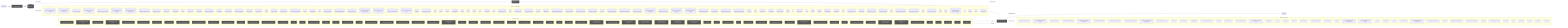
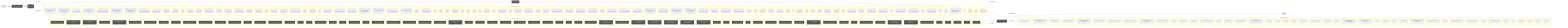
flowchart LR
  UserQ(["👤 User Query"])
  Embed["📐 Embedding Model"]
  VecDB[("📚 Vector Store")]
  Retriever["🔍 Retriever"]
  LLMNode["🧠 LLM / Generator"]
  Output(["✅ Response"])
  UserQ -->|query| Embed
  Embed -->|vector| VecDB
  VecDB -->|top-k chunks| Retriever
  Retriever -->|context + query| LLMNode
  LLMNode -->|generated answer| Output
  subgraph DetectedMemory["Detected memory stores"]
    det_detectedmemory_check_steering_feedback_contract_80134459[("check-steering-feedback-contract")]
    det_detectedmemory_normalize_workflow_contracts_8701f1c8[("normalize-workflow-contracts")]
    det_detectedmemory_sync_codex_preflight_7e7a8dc2[("sync-codex-preflight")]
    det_detectedmemory_test_harness_upgrade_matrix_84113c4e[("test-harness-upgrade-matrix")]
    det_detectedmemory_validate_prompt_context_drift_8c949ef6[("validate-prompt-context-drift")]
    det_detectedmemory_validate_runtime_packet_schemas_bc3ba8ec[("validate-runtime-packet-schemas")]
    det_detectedmemory_validate_system_prompt_gap_adoption_62d8c955[("validate-system-prompt-gap-adoption")]
    det_detectedmemory_validate_workflow_contracts_33dc063c[("validate-workflow-contracts")]
    det_detectedmemory_branch_protect_core_a8feb0fd[("branch-protect-core")]
    det_detectedmemory_ci_migrate_core_7005b5af[("ci-migrate-core")]
    det_detectedmemory_context_health_80bb7da9[("context-health")]
    det_detectedmemory_context_ea7792a2[("context")]
    det_detectedmemory_docs_gate_core_eb9b6c18[("docs-gate-core")]
    det_detectedmemory_index_context_de3ed39d[("index-context")]
    det_detectedmemory_local_memory_preflight_dcc36c42[("local-memory-preflight")]
    det_detectedmemory_memory_gate_a577a506[("memory-gate")]
    det_detectedmemory_next_runner_state_be6fe997[("next-runner-state")]
    det_detectedmemory_pattern_scope_siblings_43abe000[("pattern-scope-siblings")]
    det_detectedmemory_review_context_ca6cf81d[("review-context")]
    det_detectedmemory_review_gate_core_4c8001f9[("review-gate-core")]
    det_detectedmemory_search_24193290[("search")]
    det_detectedmemory_session_context_e5ec72c0[("session-context")]
    det_detectedmemory_tooling_audit_core_328d6a41[("tooling-audit-core")]
    det_detectedmemory_run_local_memory_preflight_36e92808[("run-local-memory-preflight")]
    det_detectedmemory_checker_d2d2328e[("checker")]
    det_detectedmemory_context_health_1_ceb11829[("context-health")]
    det_detectedmemory_types_2_d9bc6e7a[("types")]
    det_detectedmemory_branch_protect_sync_570adb18[("branch-protect-sync")]
    det_detectedmemory_command_capability_rules_ca3f496a[("command-capability-rules")]
    det_detectedmemory_command_specs_core_1c0ffc99[("command-specs-core")]
    det_detectedmemory_local_memory_preflight_command_spec_9e23f3ce[("local-memory-preflight-command-spec")]
    det_detectedmemory_memory_gate_command_spec_dc9001a9[("memory-gate-command-spec")]
    det_detectedmemory_review_gate_command_spec_3187376a[("review-gate-command-spec")]
    det_detectedmemory_session_context_command_spec_973afbb1[("session-context-command-spec")]
    det_detectedmemory_constants_7517017f[("constants")]
    det_detectedmemory_context_compact_policy_3dcaf95d[("context-compact-policy")]
    det_detectedmemory_index_3_7e40d474[("index")]
    det_detectedmemory_indexer_70fa78e5[("indexer")]
    det_detectedmemory_init_error_5c7dd49f[("init-error")]
    det_detectedmemory_lexical_fallback_723e2b3e[("lexical-fallback")]
    det_detectedmemory_ollama_76e3c7bf[("ollama")]
    det_detectedmemory_rollout_a4fa034c[("rollout")]
    det_detectedmemory_sources_878a52fc[("sources")]
    det_detectedmemory_store_824d80d7[("store")]
    det_detectedmemory_sync_contract_c79fa191[("sync-contract")]
    det_detectedmemory_types_8_f6283648[("types")]
    det_detectedmemory_harness_run_context_ac7c77a9[("harness-run-context")]
    det_detectedmemory_index_4_013aa0e3[("index")]
    det_detectedmemory_json_schema_core_96d7e328[("json-schema-core")]
    det_detectedmemory_policy_validators_core_714a3fe7[("policy-validators-core")]
    det_detectedmemory_types_core_e405ddca[("types-core")]
    det_detectedmemory_validator_core_4358f8ba[("validator-core")]
    det_detectedmemory_archive_candidates_scanner_d0931789[("archive-candidates-scanner")]
    det_detectedmemory_archive_candidates_dc0e40e1[("archive-candidates")]
    det_detectedmemory_docs_task_eval_contract_79347457[("docs-task-eval-contract")]
    det_detectedmemory_docs_task_eval_fixtures_44902755[("docs-task-eval-fixtures")]
    det_detectedmemory_init_modes_c05ceb07[("init-modes")]
    det_detectedmemory_project_brain_templates_7ef51530[("project-brain-templates")]
    det_detectedmemory_scaffold_diagram_templates_dd88e83c[("scaffold-diagram-templates")]
    det_detectedmemory_scaffold_doc_templates_f6152330[("scaffold-doc-templates")]
    det_detectedmemory_scaffold_environment_templates_c1ceba6a[("scaffold-environment-templates")]
    det_detectedmemory_scaffold_hook_templates_8c74ab50[("scaffold-hook-templates")]
    det_detectedmemory_scaffold_root_command_templates_404fed7f[("scaffold-root-command-templates")]
    det_detectedmemory_scaffold_script_template_registry_69312d4e[("scaffold-script-template-registry")]
    det_detectedmemory_scaffold_shell_templates_0ad0f915[("scaffold-shell-templates")]
    det_detectedmemory_scaffold_surfaces_12d6494e[("scaffold-surfaces")]
    det_detectedmemory_scaffold_template_registry_b1cce2aa[("scaffold-template-registry")]
    det_detectedmemory_scaffold_workflow_template_92310587[("scaffold-workflow-template")]
    det_detectedmemory_eval_seed_5699fd3e[("eval-seed")]
    det_detectedmemory_index_10_f6785a46[("index")]
    det_detectedmemory_review_context_1_e3afed15[("review-context")]
    det_detectedmemory_memory_gate_1_265164ac[("memory-gate")]
    det_detectedmemory_branch_enforcer_acb749cd[("branch-enforcer")]
    det_detectedmemory_cli_args_5_09ea29f0[("cli-args")]
    det_detectedmemory_cli_7_dc4a9f7f[("cli")]
    det_detectedmemory_metrics_tracker_98cec29c[("metrics-tracker")]
    det_detectedmemory_types_19_eb4ad5f0[("types")]
    det_detectedmemory_validator_5_b19ac2be[("validator")]
    det_detectedmemory_classifier_fe1991a9[("classifier")]
    det_detectedmemory_tooling_baseline_50ab2eeb[("tooling-baseline")]
    det_detectedmemory_claim_helpers_20dc8387[("claim-helpers")]
    det_detectedmemory_types_24_c63dc1a7[("types")]
    det_detectedmemory_local_memory_smoke_1175abfc[("local-memory-smoke")]
    det_detectedmemory_local_memory_0db17ecc[("local-memory")]
    det_detectedmemory_performance_overload_c685bfcf[("performance-overload")]
    det_detectedmemory_suggestion_generator_0956f794[("suggestion-generator")]
    det_detectedmemory_index_12_762ec91b[("index")]
    det_detectedmemory_prompt_context_drift_report_3257a95c[("prompt-context-drift-report")]
    det_detectedmemory_prompt_context_drift_types_ba6863d4[("prompt-context-drift-types")]
    det_detectedmemory_index_13_97df39c8[("index")]
    det_detectedmemory_prompt_context_receipt_17b862b2[("prompt-context-receipt")]
    det_detectedmemory_types_31_eb363e20[("types")]
    det_detectedmemory_policy_1_fc4198db[("policy")]
    det_detectedmemory_runtime_card_codex_runtime_validation_d8ce9934[("runtime-card-codex-runtime-validation")]
    det_detectedmemory_cli_12_01c06c37[("cli")]
    det_detectedmemory_collector_0736fd5b[("collector")]
    det_detectedmemory_types_34_85e6a0bb[("types")]
    det_detectedmemory_overload_guard_2748c559[("overload-guard")]
  end
  VecDB -. "implemented by" .-> DetectedMemory
  subgraph DetectedLLM["Detected LLM clients"]
    det_detectedllm_check_codex_agent_roles_5bb2e89b["check-codex-agent-roles"]
    det_detectedllm_check_steering_feedback_contract_80134459["check-steering-feedback-contract"]
    det_detectedllm_run_harness_evals_77704768["run-harness-evals"]
    det_detectedllm_validate_decision_request_2e5c325e["validate-decision-request"]
    det_detectedllm_validate_goal_completion_audit_receipt_100d252c["validate-goal-completion-audit-receipt"]
    det_detectedllm_validate_packaged_skill_5e32c890["validate-packaged-skill"]
    det_detectedllm_validate_prompt_context_drift_8c949ef6["validate-prompt-context-drift"]
    det_detectedllm_validate_reviewer_coverage_251efee3["validate-reviewer-coverage"]
    det_detectedllm_validate_system_prompt_gap_adoption_62d8c955["validate-system-prompt-gap-adoption"]
    det_detectedllm_check_environment_core_2c16213f["check-environment-core"]
    det_detectedllm_context_ea7792a2["context"]
    det_detectedllm_index_context_de3ed39d["index-context"]
    det_detectedllm_prompt_gate_c5e9d207["prompt-gate"]
    det_detectedllm_remediate_runner_helpers_929fedcc["remediate-runner-helpers"]
    det_detectedllm_search_24193290["search"]
    det_detectedllm_context_health_1_ceb11829["context-health"]
    det_detectedllm_command_specs_core_1c0ffc99["command-specs-core"]
    det_detectedllm_prompt_gate_command_spec_9a941482["prompt-gate-command-spec"]
    det_detectedllm_constants_7517017f["constants"]
    det_detectedllm_index_3_7e40d474["index"]
    det_detectedllm_indexer_70fa78e5["indexer"]
    det_detectedllm_ollama_76e3c7bf["ollama"]
    det_detectedllm_sync_contract_c79fa191["sync-contract"]
    det_detectedllm_north_star_validators_cfc926ce["north-star-validators"]
    det_detectedllm_hilt_boundary_9b36fb15["hilt-boundary"]
    det_detectedllm_types_10_75e5a4a0["types"]
    det_detectedllm_goal_completion_audit_receipt_validation_9d0f4891["goal-completion-audit-receipt-validation"]
    det_detectedllm_goal_completion_audit_receipt_5e4939c3["goal-completion-audit-receipt"]
    det_detectedllm_index_5_522f772a["index"]
    det_detectedllm_constants_1_a84e15f0["constants"]
    det_detectedllm_types_17_ed30531c["types"]
    det_detectedllm_sensitive_text_7c11f760["sensitive-text"]
    det_detectedllm_pr_template_linked_issue_relationship_a7b61f2c["pr-template-linked-issue-relationship"]
    det_detectedllm_pr_template_validator_rules_20a32d6b["pr-template-validator-rules"]
    det_detectedllm_index_12_762ec91b["index"]
    det_detectedllm_prompt_context_drift_report_3257a95c["prompt-context-drift-report"]
    det_detectedllm_prompt_context_drift_types_ba6863d4["prompt-context-drift-types"]
    det_detectedllm_index_13_97df39c8["index"]
    det_detectedllm_prompt_context_receipt_17b862b2["prompt-context-receipt"]
    det_detectedllm_cli_args_9_9c136878["cli-args"]
    det_detectedllm_cli_11_338a8415["cli"]
    det_detectedllm_sections_4697ef32["sections"]
    det_detectedllm_types_27_4d134744["types"]
    det_detectedllm_validator_7_f836eb0e["validator"]
    det_detectedllm_cli_args_10_861cdd3f["cli-args"]
  end
  LLMNode -. "implemented by" .-> DetectedLLM
  subgraph DetectedTools["Agentic tool calls"]
    det_detectedtools_check_codex_agent_roles_5bb2e89b["🔧 check-codex-agent-roles"]
    det_detectedtools_check_steering_feedback_contract_80134459["🔧 check-steering-feedback-contract"]
+     det_detectedtools_check_tooling_baseline_parity_3124b30a["🔧 check-tooling-baseline-parity"]
    det_detectedtools_run_harness_evals_77704768["🔧 run-harness-evals"]
    det_detectedtools_validate_action_review_receipt_fa2f06c3["🔧 validate-action-review-receipt"]
    det_detectedtools_validate_packaged_skill_5e32c890["🔧 validate-packaged-skill"]
    det_detectedtools_validate_replay_packet_f309747e["🔧 validate-replay-packet"]
    det_detectedtools_ci_migrate_core_7005b5af["🔧 ci-migrate-core"]
    det_detectedtools_doctor_checks_5a2eb2b9["🔧 doctor-checks"]
    det_detectedtools_doctor_github_tool_check_e0a938df["🔧 doctor-github-tool-check"]
    det_detectedtools_doctor_github_tool_checks_a53b0382["🔧 doctor-github-tool-checks"]
    det_detectedtools_doctor_tool_checks_4acac51a["🔧 doctor-tool-checks"]
    det_detectedtools_next_blocked_decisions_4140ad2b["🔧 next-blocked-decisions"]
    det_detectedtools_policy_gate_213f7313["🔧 policy-gate"]
    det_detectedtools_remediate_cli_output_cc165396["🔧 remediate-cli-output"]
    det_detectedtools_remediate_runner_helpers_929fedcc["🔧 remediate-runner-helpers"]
    det_detectedtools_review_gate_core_4c8001f9["🔧 review-gate-core"]
    det_detectedtools_index_1bc04b52["🔧 index"]
    det_detectedtools_types_1_4ecdf56e["🔧 types"]
    det_detectedtools_validation_constants_e002a0f6["🔧 validation-constants"]
    det_detectedtools_validation_98c41dcd["🔧 validation"]
    det_detectedtools_checker_d2d2328e["🔧 checker"]
    det_detectedtools_shared_state_policy_edc9c4db["🔧 shared-state-policy"]
    det_detectedtools_cli_args_1_6144b055["🔧 cli-args"]
    det_detectedtools_command_capabilities_a4d5c71e["🔧 command-capabilities"]
    det_detectedtools_command_capability_rules_ca3f496a["🔧 command-capability-rules"]
    det_detectedtools_linear_command_actions_e430f4f4["🔧 linear-command-actions"]
    det_detectedtools_linear_command_runner_4a740dfc["🔧 linear-command-runner"]
    det_detectedtools_policy_validators_core_714a3fe7["🔧 policy-validators-core"]
    det_detectedtools_shared_state_action_validator_e7b128cd["🔧 shared-state-action-validator"]
    det_detectedtools_types_core_e405ddca["🔧 types-core"]
    det_detectedtools_validator_core_4358f8ba["🔧 validator-core"]
    det_detectedtools_validator_helpers_7b927667["🔧 validator-helpers"]
    det_detectedtools_he_phase_exit_core_1148895b["🔧 he-phase-exit-core"]
-     det_detectedtools_ralph_runtime_73d63c0e["🔧 ralph-runtime"]
+     det_detectedtools_environment_runtime_3206f0a8["🔧 environment-runtime"]
    det_detectedtools_observed_skill_usage_ed7d5930["🔧 observed-skill-usage"]
    det_detectedtools_closure_evidence_aaa31467["🔧 closure-evidence"]
    det_detectedtools_pr_creator_dc6b1ea4["🔧 pr-creator"]
    det_detectedtools_client_948fe603["🔧 client"]
    det_detectedtools_init_output_360dce91["🔧 init-output"]
    det_detectedtools_scaffold_ci_templates_2afd6392["🔧 scaffold-ci-templates"]
    det_detectedtools_scaffold_codex_environment_templates_334fbbed["🔧 scaffold-codex-environment-templates"]
    det_detectedtools_scaffold_config_templates_4b80ce53["🔧 scaffold-config-templates"]
    det_detectedtools_scaffold_environment_templates_c1ceba6a["🔧 scaffold-environment-templates"]
    det_detectedtools_scaffold_github_actions_pr_pipeline_renderer_1ee18de5["🔧 scaffold-github-actions-pr-pipeline-renderer"]
    det_detectedtools_scaffold_github_actions_pr_pipeline_template_e2b85f62["🔧 scaffold-github-actions-pr-pipeline-template"]
    det_detectedtools_scaffold_package_command_template_80e32e83["🔧 scaffold-package-command-template"]
    det_detectedtools_scaffold_release_private_npm_template_075499f8["🔧 scaffold-release-private-npm-template"]
    det_detectedtools_constants_1_a84e15f0["🔧 constants"]
    det_detectedtools_index_9_32dd4d91["🔧 index"]
    det_detectedtools_validation_common_6161e48b["🔧 validation-common"]
    det_detectedtools_cli_7_dc4a9f7f["🔧 cli"]
    det_detectedtools_metrics_tracker_98cec29c["🔧 metrics-tracker"]
    det_detectedtools_normalise_renderer_85f2e563["🔧 normalise-renderer"]
    det_detectedtools_evaluation_engine_core_e054fe49["🔧 evaluation-engine-core"]
    det_detectedtools_tooling_baseline_50ab2eeb["🔧 tooling-baseline"]
    det_detectedtools_prompt_context_drift_report_3257a95c["🔧 prompt-context-drift-report"]
    det_detectedtools_prompt_context_drift_types_ba6863d4["🔧 prompt-context-drift-types"]
    det_detectedtools_replay_packet_a1293f88["🔧 replay-packet"]
    det_detectedtools_index_14_d982116c["🔧 index"]
    det_detectedtools_review_lifecycle_contract_e5447221["🔧 review-lifecycle-contract"]
    det_detectedtools_review_lifecycle_89afa64c["🔧 review-lifecycle"]
    det_detectedtools_runtime_card_codex_runtime_validation_d8ce9934["🔧 runtime-card-codex-runtime-validation"]
    det_detectedtools_runtime_card_codex_runtime_0655e230["🔧 runtime-card-codex-runtime"]
    det_detectedtools_runtime_evidence_bundle_d471a232["🔧 runtime-evidence-bundle"]
    det_detectedtools_types_36_674380ec["🔧 types"]
    det_detectedtools_index_17_642943a2["🔧 index"]
    det_detectedtools_projection_1b250ea1["🔧 projection"]
    det_detectedtools_types_38_e8efcd57["🔧 types"]
    det_detectedtools_validation_7_c4e6d8b6["🔧 validation"]
  end
  LLMNode -->|tool use| DetectedTools
  DetectedTools -->|result| LLMNode
  classDef memNode fill:#555,color:#fff
  class VecDB,Retriever memNode
  classDef llmNode fill:#555,color:#fff
  class LLMNode,Embed llmNode
  classDef toolNode fill:#555,color:#fff
-   class det_detectedtools_check_codex_agent_roles_5bb2e89b,det_detectedtools_check_steering_feedback_contract_80134459,det_detectedtools_run_harness_evals_77704768,det_detectedtools_validate_action_review_receipt_fa2f06c3,det_detectedtools_validate_packaged_skill_5e32c890,det_detectedtools_validate_replay_packet_f309747e,det_detectedtools_ci_migrate_core_7005b5af,det_detectedtools_doctor_checks_5a2eb2b9,det_detectedtools_doctor_github_tool_check_e0a938df,det_detectedtools_doctor_github_tool_checks_a53b0382,det_detectedtools_doctor_tool_checks_4acac51a,det_detectedtools_next_blocked_decisions_4140ad2b,det_detectedtools_policy_gate_213f7313,det_detectedtools_remediate_cli_output_cc165396,det_detectedtools_remediate_runner_helpers_929fedcc,det_detectedtools_review_gate_core_4c8001f9,det_detectedtools_index_1bc04b52,det_detectedtools_types_1_4ecdf56e,det_detectedtools_validation_constants_e002a0f6,det_detectedtools_validation_98c41dcd,det_detectedtools_checker_d2d2328e,det_detectedtools_shared_state_policy_edc9c4db,det_detectedtools_cli_args_1_6144b055,det_detectedtools_command_capabilities_a4d5c71e,det_detectedtools_command_capability_rules_ca3f496a,det_detectedtools_linear_command_actions_e430f4f4,det_detectedtools_linear_command_runner_4a740dfc,det_detectedtools_policy_validators_core_714a3fe7,det_detectedtools_shared_state_action_validator_e7b128cd,det_detectedtools_types_core_e405ddca,det_detectedtools_validator_core_4358f8ba,det_detectedtools_validator_helpers_7b927667,det_detectedtools_he_phase_exit_core_1148895b,det_detectedtools_ralph_runtime_73d63c0e,det_detectedtools_observed_skill_usage_ed7d5930,det_detectedtools_closure_evidence_aaa31467,det_detectedtools_pr_creator_dc6b1ea4,det_detectedtools_client_948fe603,det_detectedtools_init_output_360dce91,det_detectedtools_scaffold_ci_templates_2afd6392,det_detectedtools_scaffold_codex_environment_templates_334fbbed,det_detectedtools_scaffold_config_templates_4b80ce53,det_detectedtools_scaffold_environment_templates_c1ceba6a,det_detectedtools_scaffold_github_actions_pr_pipeline_renderer_1ee18de5,det_detectedtools_scaffold_github_actions_pr_pipeline_template_e2b85f62,det_detectedtools_scaffold_package_command_template_80e32e83,det_detectedtools_scaffold_release_private_npm_template_075499f8,det_detectedtools_constants_1_a84e15f0,det_detectedtools_index_9_32dd4d91,det_detectedtools_validation_common_6161e48b,det_detectedtools_cli_7_dc4a9f7f,det_detectedtools_metrics_tracker_98cec29c,det_detectedtools_normalise_renderer_85f2e563,det_detectedtools_evaluation_engine_core_e054fe49,det_detectedtools_tooling_baseline_50ab2eeb,det_detectedtools_prompt_context_drift_report_3257a95c,det_detectedtools_prompt_context_drift_types_ba6863d4,det_detectedtools_replay_packet_a1293f88,det_detectedtools_index_14_d982116c,det_detectedtools_review_lifecycle_contract_e5447221,det_detectedtools_review_lifecycle_89afa64c,det_detectedtools_runtime_card_codex_runtime_validation_d8ce9934,det_detectedtools_runtime_card_codex_runtime_0655e230,det_detectedtools_runtime_evidence_bundle_d471a232,det_detectedtools_types_36_674380ec,det_detectedtools_index_17_642943a2,det_detectedtools_projection_1b250ea1,det_detectedtools_types_38_e8efcd57,det_detectedtools_validation_7_c4e6d8b6 toolNode
+   class det_detectedtools_check_codex_agent_roles_5bb2e89b,det_detectedtools_check_steering_feedback_contract_80134459,det_detectedtools_check_tooling_baseline_parity_3124b30a,det_detectedtools_run_harness_evals_77704768,det_detectedtools_validate_action_review_receipt_fa2f06c3,det_detectedtools_validate_packaged_skill_5e32c890,det_detectedtools_validate_replay_packet_f309747e,det_detectedtools_ci_migrate_core_7005b5af,det_detectedtools_doctor_checks_5a2eb2b9,det_detectedtools_doctor_github_tool_check_e0a938df,det_detectedtools_doctor_github_tool_checks_a53b0382,det_detectedtools_doctor_tool_checks_4acac51a,det_detectedtools_next_blocked_decisions_4140ad2b,det_detectedtools_policy_gate_213f7313,det_detectedtools_remediate_cli_output_cc165396,det_detectedtools_remediate_runner_helpers_929fedcc,det_detectedtools_review_gate_core_4c8001f9,det_detectedtools_index_1bc04b52,det_detectedtools_types_1_4ecdf56e,det_detectedtools_validation_constants_e002a0f6,det_detectedtools_validation_98c41dcd,det_detectedtools_checker_d2d2328e,det_detectedtools_shared_state_policy_edc9c4db,det_detectedtools_cli_args_1_6144b055,det_detectedtools_command_capabilities_a4d5c71e,det_detectedtools_command_capability_rules_ca3f496a,det_detectedtools_linear_command_actions_e430f4f4,det_detectedtools_linear_command_runner_4a740dfc,det_detectedtools_policy_validators_core_714a3fe7,det_detectedtools_shared_state_action_validator_e7b128cd,det_detectedtools_types_core_e405ddca,det_detectedtools_validator_core_4358f8ba,det_detectedtools_validator_helpers_7b927667,det_detectedtools_he_phase_exit_core_1148895b,det_detectedtools_environment_runtime_3206f0a8,det_detectedtools_observed_skill_usage_ed7d5930,det_detectedtools_closure_evidence_aaa31467,det_detectedtools_pr_creator_dc6b1ea4,det_detectedtools_client_948fe603,det_detectedtools_init_output_360dce91,det_detectedtools_scaffold_ci_templates_2afd6392,det_detectedtools_scaffold_codex_environment_templates_334fbbed,det_detectedtools_scaffold_config_templates_4b80ce53,det_detectedtools_scaffold_environment_templates_c1ceba6a,det_detectedtools_scaffold_github_actions_pr_pipeline_renderer_1ee18de5,det_detectedtools_scaffold_github_actions_pr_pipeline_template_e2b85f62,det_detectedtools_scaffold_package_command_template_80e32e83,det_detectedtools_scaffold_release_private_npm_template_075499f8,det_detectedtools_constants_1_a84e15f0,det_detectedtools_index_9_32dd4d91,det_detectedtools_validation_common_6161e48b,det_detectedtools_cli_7_dc4a9f7f,det_detectedtools_metrics_tracker_98cec29c,det_detectedtools_normalise_renderer_85f2e563,det_detectedtools_evaluation_engine_core_e054fe49,det_detectedtools_tooling_baseline_50ab2eeb,det_detectedtools_prompt_context_drift_report_3257a95c,det_detectedtools_prompt_context_drift_types_ba6863d4,det_detectedtools_replay_packet_a1293f88,det_detectedtools_index_14_d982116c,det_detectedtools_review_lifecycle_contract_e5447221,det_detectedtools_review_lifecycle_89afa64c,det_detectedtools_runtime_card_codex_runtime_validation_d8ce9934,det_detectedtools_runtime_card_codex_runtime_0655e230,det_detectedtools_runtime_evidence_bundle_d471a232,det_detectedtools_types_36_674380ec,det_detectedtools_index_17_642943a2,det_detectedtools_projection_1b250ea1,det_detectedtools_types_38_e8efcd57,det_detectedtools_validation_7_c4e6d8b6 toolNode
